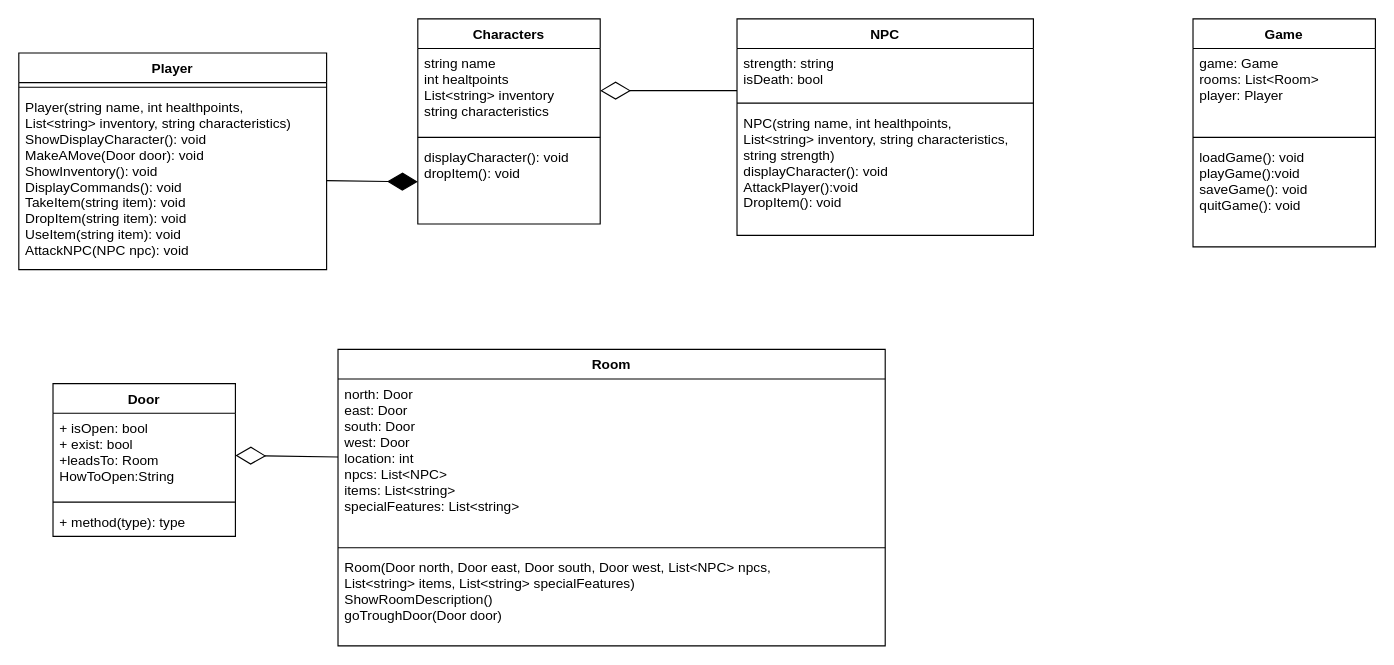
Before: Concept/ClassDiagram/ClassDiagramFull.drawio in sabinecelina/SDAbschlussaufgabe, a draw.io diagram. Source tidied: cells renumbered, new cells numbered last; positions are measured from the earlier drawing's top-left corner, leaving out a move shared by most shapes. Both pictures are drawn from the tidied source at 114%, with x=0, y=0 at pixel (18, 18).
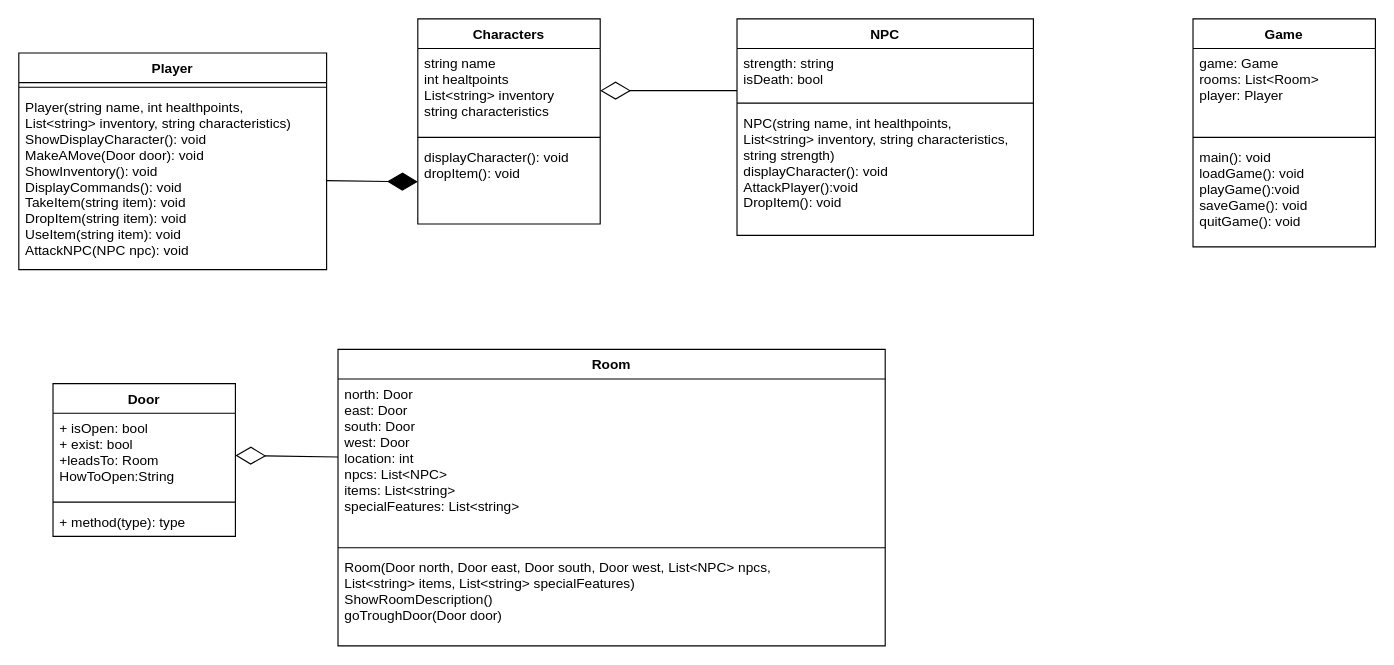
The same page after the edit.

The change refers to these unchanged cells:
```xml
<mxCell id="24" value="Game" style="swimlane;fontStyle=1;align=center;verticalAlign=top;horizontal=1;startSize=26;" parent="1" vertex="1">
  <mxGeometry x="1030" width="160" height="200" as="geometry" />
</mxCell>
```

Change to the diagram source:
```diff
@@
-    <mxCell id="27" value="loadGame(): void&#10;playGame():void&#10;saveGame(): void&#10;quitGame(): void" style="text;strokeColor=none;fillColor=none;align=left;verticalAlign=top;spacingLeft=4;spacingRight=4;overflow=hidden;" parent="24" vertex="1">
+    <mxCell id="27" value="main(): void&#10;loadGame(): void&#10;playGame():void&#10;saveGame(): void&#10;quitGame(): void" style="text;strokeColor=none;fillColor=none;align=left;verticalAlign=top;spacingLeft=4;spacingRight=4;overflow=hidden;" parent="24" vertex="1">
       <mxGeometry y="108" width="160" height="92" as="geometry" />
     </mxCell>
```
